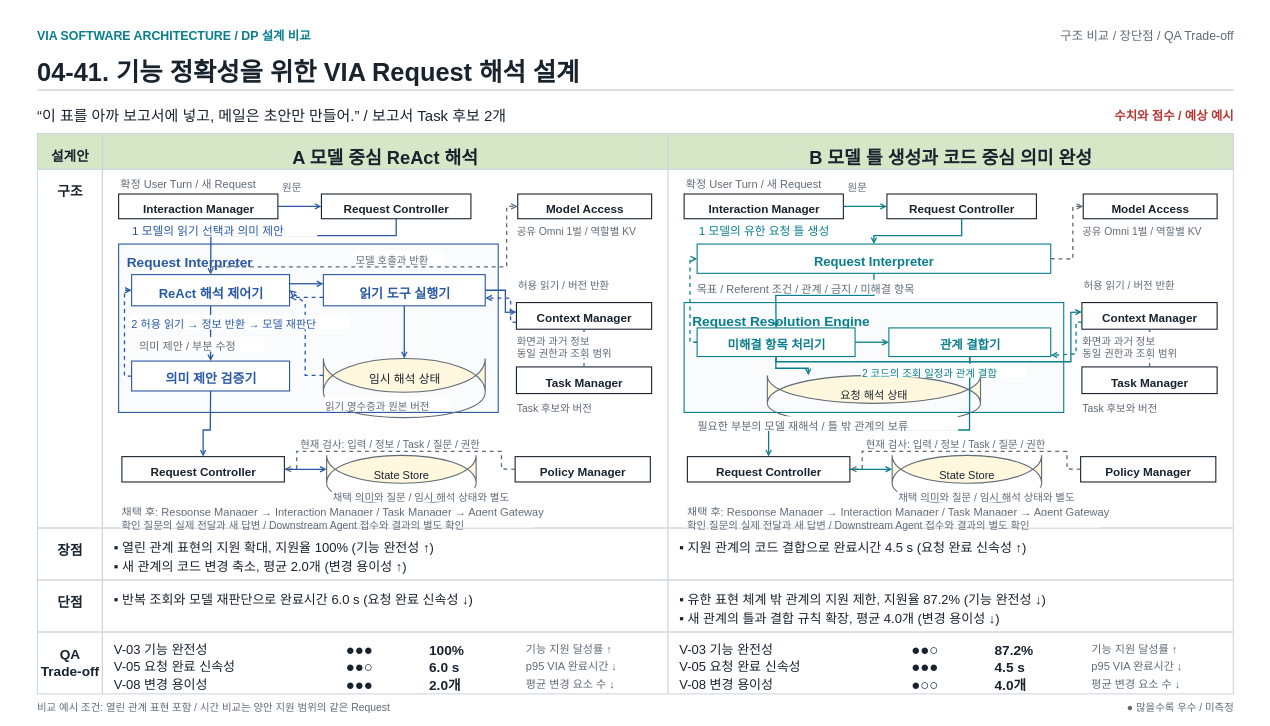
Earlier version of the draw.io diagram docs/presentations_files/dp-comparison/dp41-comparison.drawio (cbyche/via-sw-architecture). Source tidied: cells renumbered, new cells numbered last; positions are measured from the earlier drawing's top-left corner, leaving out a move shared by most shapes. Both pictures are drawn from the tidied source at 65%, with x=0, y=0 at pixel (11, 11).
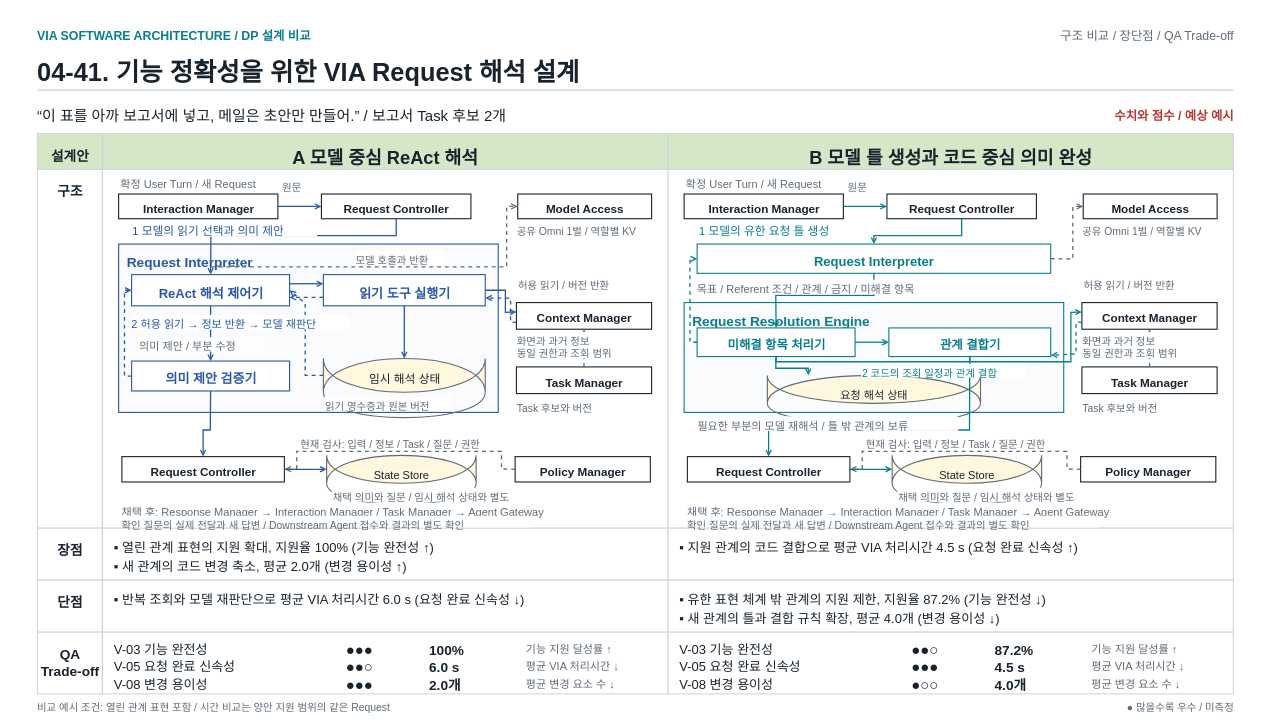
Above is the later version.

Diff of the diagram source:
```diff
@@
-    <mxCell id="24" value="&lt;div style=&quot;line-height:1.3;&quot;&gt;▪ 반복 조회와 모델 재판단으로 완료시간 6.0 s (요청 완료 신속성 ↓)&lt;/div&gt;" style="fontFamily=Apple SD Gothic Neo;text;html=1;whiteSpace=nowrap;overflow=visible;fillColor=none;strokeColor=none;align=left;verticalAlign=top;spacing=0;fontSize=20;fontColor=#18232E;fontStyle=0;" parent="1" vertex="1">
+    <mxCell id="24" value="&lt;div style=&quot;line-height:1.3;&quot;&gt;▪ 반복 조회와 모델 재판단으로 평균 VIA 처리시간 6.0 s (요청 완료 신속성 ↓)&lt;/div&gt;" style="fontFamily=Apple SD Gothic Neo;text;html=1;whiteSpace=nowrap;overflow=visible;fillColor=none;strokeColor=none;align=left;verticalAlign=top;spacing=0;fontSize=20;fontColor=#18232E;fontStyle=0;" parent="1" vertex="1">
       <mxGeometry x="158" y="888" width="836" height="26" as="geometry" />
     </mxCell>
@@
-    <mxCell id="32" value="&lt;div style=&quot;line-height:1.3;&quot;&gt;p95 VIA 완료시간 ↓&lt;/div&gt;" style="fontFamily=Apple SD Gothic Neo;text;html=1;whiteSpace=nowrap;overflow=visible;fillColor=none;strokeColor=none;align=left;verticalAlign=top;spacing=0;fontSize=17;fontColor=#5F6B77;fontStyle=0;" parent="1" vertex="1">
+    <mxCell id="32" value="&lt;div style=&quot;line-height:1.3;&quot;&gt;평균 VIA 처리시간 ↓&lt;/div&gt;" style="fontFamily=Apple SD Gothic Neo;text;html=1;whiteSpace=nowrap;overflow=visible;fillColor=none;strokeColor=none;align=left;verticalAlign=top;spacing=0;fontSize=17;fontColor=#5F6B77;fontStyle=0;" parent="1" vertex="1">
       <mxGeometry x="792" y="993" width="206" height="22.1" as="geometry" />
     </mxCell>
@@
-    <mxCell id="38" value="&lt;div style=&quot;line-height:1.3;&quot;&gt;▪ 지원 관계의 코드 결합으로 완료시간 4.5 s (요청 완료 신속성 ↑)&lt;/div&gt;" style="fontFamily=Apple SD Gothic Neo;text;html=1;whiteSpace=nowrap;overflow=visible;fillColor=none;strokeColor=none;align=left;verticalAlign=top;spacing=0;fontSize=20;fontColor=#18232E;fontStyle=0;" parent="1" vertex="1">
+    <mxCell id="38" value="&lt;div style=&quot;line-height:1.3;&quot;&gt;▪ 지원 관계의 코드 결합으로 평균 VIA 처리시간 4.5 s (요청 완료 신속성 ↑)&lt;/div&gt;" style="fontFamily=Apple SD Gothic Neo;text;html=1;whiteSpace=nowrap;overflow=visible;fillColor=none;strokeColor=none;align=left;verticalAlign=top;spacing=0;fontSize=20;fontColor=#18232E;fontStyle=0;" parent="1" vertex="1">
       <mxGeometry x="1028" y="808" width="836" height="26" as="geometry" />
     </mxCell>
@@
-    <mxCell id="48" value="&lt;div style=&quot;line-height:1.3;&quot;&gt;p95 VIA 완료시간 ↓&lt;/div&gt;" style="fontFamily=Apple SD Gothic Neo;text;html=1;whiteSpace=nowrap;overflow=visible;fillColor=none;strokeColor=none;align=left;verticalAlign=top;spacing=0;fontSize=17;fontColor=#5F6B77;fontStyle=0;" parent="1" vertex="1">
+    <mxCell id="48" value="&lt;div style=&quot;line-height:1.3;&quot;&gt;평균 VIA 처리시간 ↓&lt;/div&gt;" style="fontFamily=Apple SD Gothic Neo;text;html=1;whiteSpace=nowrap;overflow=visible;fillColor=none;strokeColor=none;align=left;verticalAlign=top;spacing=0;fontSize=17;fontColor=#5F6B77;fontStyle=0;" parent="1" vertex="1">
       <mxGeometry x="1662" y="993" width="206" height="22.1" as="geometry" />
     </mxCell>
```
